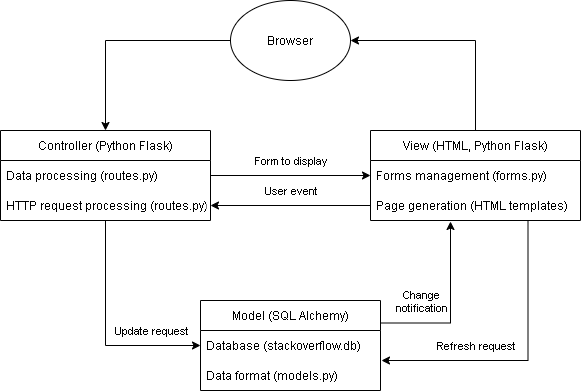
This is Architecture.png from RamB98/SOEN-341, a draw.io export, as it was before one commit. Source tidied: cells renumbered, new cells last; positions are measured from the earlier drawing's top-left corner, leaving out a move shared by most shapes.
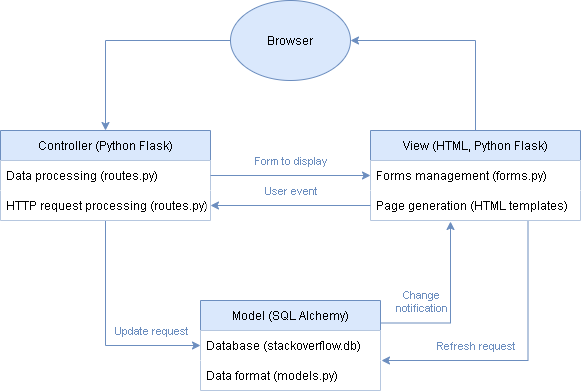
After the commit.

Commit message:
Changed architecture diagram color

The edit, as a diff of the source:
```diff
@@ -2,33 +2,33 @@
   <root>
     <mxCell id="0" />
     <mxCell id="1" parent="0" />
-    <mxCell id="2" style="edgeStyle=orthogonalEdgeStyle;rounded=0;jettySize=auto;html=1;exitX=0;exitY=0.5;exitDx=0;exitDy=0;entryX=0.5;entryY=0;entryDx=0;entryDy=0;" parent="1" edge="1" source="3" target="6">
+    <mxCell id="2" style="edgeStyle=orthogonalEdgeStyle;rounded=0;jettySize=auto;html=1;exitX=0;exitY=0.5;exitDx=0;exitDy=0;entryX=0.5;entryY=0;entryDx=0;entryDy=0;fillColor=#dae8fc;strokeColor=#6c8ebf;" parent="1" edge="1" source="3" target="6">
       <mxGeometry relative="1" as="geometry" />
     </mxCell>
-    <mxCell id="3" value="Browser" style="ellipse;whiteSpace=wrap;html=1;" parent="1" vertex="1">
+    <mxCell id="3" value="Browser" style="ellipse;whiteSpace=wrap;html=1;fillColor=#dae8fc;strokeColor=#6c8ebf;" parent="1" vertex="1">
       <mxGeometry x="230" width="120" height="80" as="geometry" />
     </mxCell>
-    <mxCell id="4" style="edgeStyle=orthogonalEdgeStyle;rounded=0;jettySize=auto;html=1;exitX=0.5;exitY=1;exitDx=0;exitDy=0;entryX=0;entryY=0.5;entryDx=0;entryDy=0;" parent="1" edge="1" source="6" target="22">
+    <mxCell id="4" style="edgeStyle=orthogonalEdgeStyle;rounded=0;jettySize=auto;html=1;exitX=0.5;exitY=1;exitDx=0;exitDy=0;entryX=0;entryY=0.5;entryDx=0;entryDy=0;fillColor=#dae8fc;strokeColor=#6c8ebf;" parent="1" edge="1" source="6" target="22">
       <mxGeometry relative="1" as="geometry" />
     </mxCell>
-    <mxCell id="5" value="Update request" style="edgeLabel;html=1;align=center;verticalAlign=middle;" parent="4" vertex="1">
+    <mxCell id="5" value="Update request" style="edgeLabel;html=1;align=center;verticalAlign=middle;fontColor=#6C8EBF;" parent="4" vertex="1">
       <mxGeometry x="-0.22" relative="1" as="geometry">
         <mxPoint x="45" y="25" as="offset" />
       </mxGeometry>
     </mxCell>
-    <mxCell id="6" value="Controller (Python Flask)" style="swimlane;fontStyle=0;horizontal=1;startSize=30;" parent="1" vertex="1">
+    <mxCell id="6" value="Controller (Python Flask)" style="swimlane;fontStyle=0;horizontal=1;startSize=30;fillColor=#dae8fc;strokeColor=#6c8ebf;" parent="1" vertex="1">
       <mxGeometry y="130" width="210" height="90" as="geometry" />
     </mxCell>
-    <mxCell id="7" value="Data processing (routes.py)" style="text;strokeColor=none;fillColor=none;align=left;verticalAlign=middle;spacingLeft=4;spacingRight=4;overflow=hidden;points=[[0,0.5],[1,0.5]];portConstraint=eastwest;" parent="6" vertex="1">
+    <mxCell id="7" value="Data processing (routes.py)" style="text;strokeColor=none;fillColor=default;align=left;verticalAlign=middle;spacingLeft=4;spacingRight=4;overflow=hidden;points=[[0,0.5],[1,0.5]];portConstraint=eastwest;" parent="6" vertex="1">
       <mxGeometry y="30" width="210" height="30" as="geometry" />
     </mxCell>
-    <mxCell id="8" value="HTTP request processing (routes.py)" style="text;strokeColor=none;fillColor=none;align=left;verticalAlign=middle;spacingLeft=4;spacingRight=4;overflow=hidden;points=[[0,0.5],[1,0.5]];portConstraint=eastwest;" parent="6" vertex="1">
+    <mxCell id="8" value="HTTP request processing (routes.py)" style="text;strokeColor=none;fillColor=default;align=left;verticalAlign=middle;spacingLeft=4;spacingRight=4;overflow=hidden;points=[[0,0.5],[1,0.5]];portConstraint=eastwest;" parent="6" vertex="1">
       <mxGeometry y="60" width="210" height="30" as="geometry" />
     </mxCell>
-    <mxCell id="9" style="edgeStyle=orthogonalEdgeStyle;rounded=0;jettySize=auto;html=1;exitX=0.5;exitY=0;exitDx=0;exitDy=0;entryX=1;entryY=0.5;entryDx=0;entryDy=0;" parent="1" edge="1" source="12" target="3">
+    <mxCell id="9" style="edgeStyle=orthogonalEdgeStyle;rounded=0;jettySize=auto;html=1;exitX=0.5;exitY=0;exitDx=0;exitDy=0;entryX=1;entryY=0.5;entryDx=0;entryDy=0;fillColor=#dae8fc;strokeColor=#6c8ebf;" parent="1" edge="1" source="12" target="3">
       <mxGeometry relative="1" as="geometry" />
     </mxCell>
-    <mxCell id="10" style="edgeStyle=orthogonalEdgeStyle;rounded=0;jettySize=auto;html=1;exitX=0.75;exitY=1;exitDx=0;exitDy=0;" parent="1" edge="1" source="12">
+    <mxCell id="10" style="edgeStyle=orthogonalEdgeStyle;rounded=0;jettySize=auto;html=1;exitX=0.75;exitY=1;exitDx=0;exitDy=0;strokeColor=#6C8EBF;" parent="1" edge="1" source="12">
       <mxGeometry relative="1" as="geometry">
         <mxPoint x="381" y="360" as="targetPoint" />
         <Array as="points">
@@ -37,37 +37,37 @@
         </Array>
       </mxGeometry>
     </mxCell>
-    <mxCell id="11" value="Refresh request" style="edgeLabel;html=1;align=center;verticalAlign=middle;" parent="10" vertex="1">
+    <mxCell id="11" value="Refresh request" style="edgeLabel;html=1;align=center;verticalAlign=middle;fontColor=#6C8EBF;" parent="10" vertex="1">
       <mxGeometry x="0.23" y="2" relative="1" as="geometry">
         <mxPoint x="-15" y="-17" as="offset" />
       </mxGeometry>
     </mxCell>
-    <mxCell id="12" value="View (HTML, Python Flask)" style="swimlane;fontStyle=0;horizontal=1;startSize=30;" parent="1" vertex="1">
+    <mxCell id="12" value="View (HTML, Python Flask)" style="swimlane;fontStyle=0;horizontal=1;startSize=30;strokeColor=#6C8EBF;fillColor=#dae8fc;" parent="1" vertex="1">
       <mxGeometry x="370" y="130" width="210" height="90" as="geometry" />
     </mxCell>
-    <mxCell id="13" value="Forms management (forms.py)" style="text;strokeColor=none;fillColor=none;align=left;verticalAlign=middle;spacingLeft=4;spacingRight=4;overflow=hidden;points=[[0,0.5],[1,0.5]];portConstraint=eastwest;" parent="12" vertex="1">
+    <mxCell id="13" value="Forms management (forms.py)" style="text;strokeColor=none;fillColor=default;align=left;verticalAlign=middle;spacingLeft=4;spacingRight=4;overflow=hidden;points=[[0,0.5],[1,0.5]];portConstraint=eastwest;" parent="12" vertex="1">
       <mxGeometry y="30" width="210" height="30" as="geometry" />
     </mxCell>
-    <mxCell id="14" value="Page generation (HTML templates)" style="text;strokeColor=none;fillColor=none;align=left;verticalAlign=middle;spacingLeft=4;spacingRight=4;overflow=hidden;points=[[0,0.5],[1,0.5]];portConstraint=eastwest;" parent="12" vertex="1">
+    <mxCell id="14" value="Page generation (HTML templates)" style="text;strokeColor=none;fillColor=default;align=left;verticalAlign=middle;spacingLeft=4;spacingRight=4;overflow=hidden;points=[[0,0.5],[1,0.5]];portConstraint=eastwest;" parent="12" vertex="1">
       <mxGeometry y="60" width="210" height="30" as="geometry" />
     </mxCell>
-    <mxCell id="15" style="edgeStyle=orthogonalEdgeStyle;rounded=0;jettySize=auto;html=1;exitX=1;exitY=0.5;exitDx=0;exitDy=0;entryX=0;entryY=0.5;entryDx=0;entryDy=0;" parent="1" edge="1" source="7" target="13">
+    <mxCell id="15" style="edgeStyle=orthogonalEdgeStyle;rounded=0;jettySize=auto;html=1;exitX=1;exitY=0.5;exitDx=0;exitDy=0;entryX=0;entryY=0.5;entryDx=0;entryDy=0;fillColor=#dae8fc;strokeColor=#6c8ebf;fontColor=#6C8EBF;" parent="1" edge="1" source="7" target="13">
       <mxGeometry relative="1" as="geometry" />
     </mxCell>
-    <mxCell id="16" value="Form to display&lt;br&gt;" style="edgeLabel;html=1;align=center;verticalAlign=middle;" parent="15" vertex="1">
+    <mxCell id="16" value="Form to display&lt;br&gt;" style="edgeLabel;html=1;align=center;verticalAlign=middle;fontColor=#6C8EBF;" parent="15" vertex="1">
       <mxGeometry x="-0.18" y="1" relative="1" as="geometry">
         <mxPoint x="14" y="-14" as="offset" />
       </mxGeometry>
     </mxCell>
-    <mxCell id="17" style="edgeStyle=orthogonalEdgeStyle;rounded=0;jettySize=auto;html=1;exitX=0;exitY=0.5;exitDx=0;exitDy=0;entryX=1;entryY=0.5;entryDx=0;entryDy=0;" parent="1" edge="1" source="14" target="8">
+    <mxCell id="17" style="edgeStyle=orthogonalEdgeStyle;rounded=0;jettySize=auto;html=1;exitX=0;exitY=0.5;exitDx=0;exitDy=0;entryX=1;entryY=0.5;entryDx=0;entryDy=0;fillColor=#dae8fc;strokeColor=#6c8ebf;" parent="1" edge="1" source="14" target="8">
       <mxGeometry relative="1" as="geometry" />
     </mxCell>
-    <mxCell id="18" value="User event" style="edgeLabel;html=1;align=center;verticalAlign=middle;" parent="17" vertex="1">
+    <mxCell id="18" value="User event" style="edgeLabel;html=1;align=center;verticalAlign=middle;fontColor=#6C8EBF;" parent="17" vertex="1">
       <mxGeometry x="-0.16" y="-1" relative="1" as="geometry">
         <mxPoint x="-13" y="-14" as="offset" />
       </mxGeometry>
     </mxCell>
-    <mxCell id="19" style="edgeStyle=orthogonalEdgeStyle;rounded=0;jettySize=auto;html=1;exitX=1;exitY=0.25;exitDx=0;exitDy=0;" parent="1" edge="1" source="21">
+    <mxCell id="19" style="edgeStyle=orthogonalEdgeStyle;rounded=0;jettySize=auto;html=1;exitX=1;exitY=0.25;exitDx=0;exitDy=0;strokeColor=#6C8EBF;" parent="1" edge="1" source="21">
       <mxGeometry relative="1" as="geometry">
         <mxPoint x="450" y="221" as="targetPoint" />
         <Array as="points">
@@ -76,18 +76,18 @@
         </Array>
       </mxGeometry>
     </mxCell>
-    <mxCell id="20" value="Change&lt;br&gt;notification" style="edgeLabel;html=1;align=center;verticalAlign=middle;" parent="19" vertex="1">
+    <mxCell id="20" value="Change&lt;br&gt;notification" style="edgeLabel;html=1;align=center;verticalAlign=middle;fontColor=#6C8EBF;" parent="19" vertex="1">
       <mxGeometry x="-0.31" y="-4" relative="1" as="geometry">
         <mxPoint x="-19" y="-26" as="offset" />
       </mxGeometry>
     </mxCell>
-    <mxCell id="21" value="Model (SQL Alchemy)" style="swimlane;fontStyle=0;horizontal=1;startSize=30;" parent="1" vertex="1">
+    <mxCell id="21" value="Model (SQL Alchemy)" style="swimlane;fontStyle=0;horizontal=1;startSize=30;fillColor=#dae8fc;strokeColor=#6c8ebf;" parent="1" vertex="1">
       <mxGeometry x="200" y="300" width="180" height="90" as="geometry" />
     </mxCell>
-    <mxCell id="22" value="Database (stackoverflow.db)" style="text;strokeColor=none;fillColor=none;align=left;verticalAlign=middle;spacingLeft=4;spacingRight=4;overflow=hidden;points=[[0,0.5],[1,0.5]];portConstraint=eastwest;" parent="21" vertex="1">
+    <mxCell id="22" value="Database (stackoverflow.db)" style="text;strokeColor=none;fillColor=default;align=left;verticalAlign=middle;spacingLeft=4;spacingRight=4;overflow=hidden;points=[[0,0.5],[1,0.5]];portConstraint=eastwest;" parent="21" vertex="1">
       <mxGeometry y="30" width="180" height="30" as="geometry" />
     </mxCell>
-    <mxCell id="23" value="Data format (models.py)" style="text;strokeColor=none;fillColor=none;align=left;verticalAlign=middle;spacingLeft=4;spacingRight=4;overflow=hidden;" parent="21" vertex="1">
+    <mxCell id="23" value="Data format (models.py)" style="text;strokeColor=none;fillColor=default;align=left;verticalAlign=middle;spacingLeft=4;spacingRight=4;overflow=hidden;" parent="21" vertex="1">
       <mxGeometry y="60" width="180" height="30" as="geometry" />
     </mxCell>
   </root>
```
